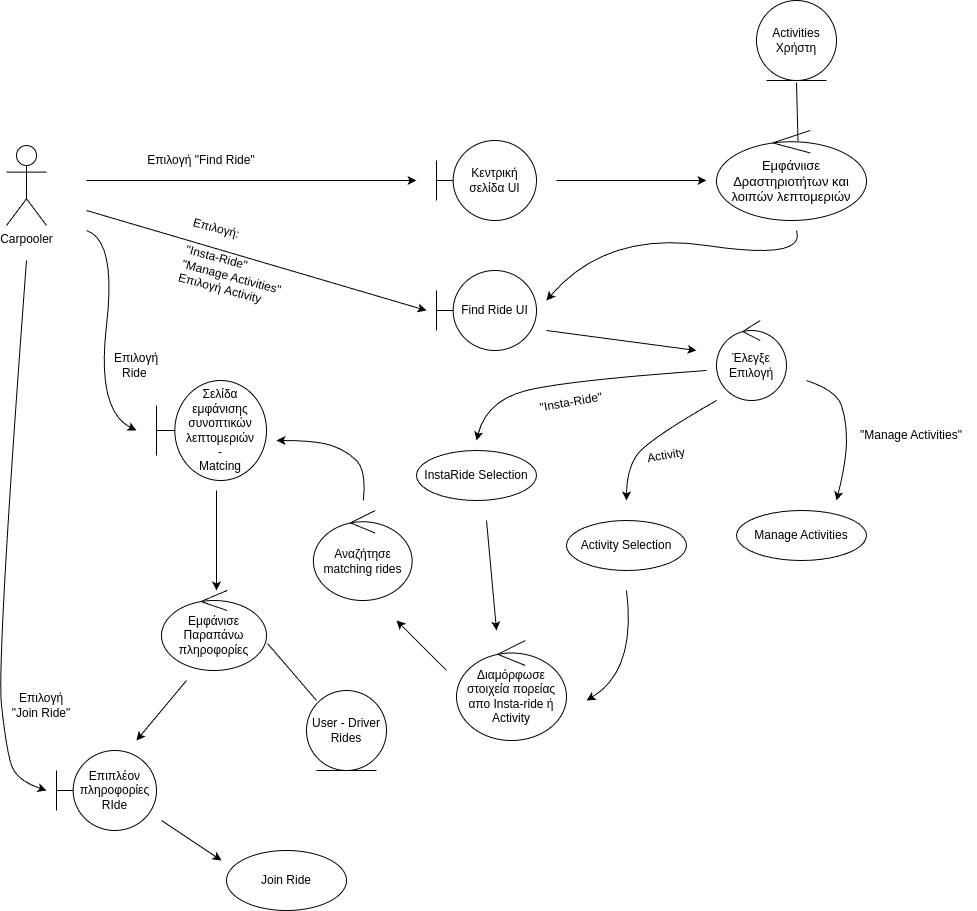
YannisRavasopoulos/ProjectSD_S6 keeps this draw.io diagram as reports/use-cases/find-ride-robustness.drawio.png. Above is the earlier version. Source tidied: cells renumbered, new cells last; positions are measured from the earlier drawing's top-left corner, leaving out a move shared by most shapes. Source of this version:
```xml
<mxGraphModel>
  <root>
    <mxCell id="0" />
    <mxCell id="1" parent="0" />
    <mxCell id="2" value="Carpooler" style="shape=umlActor;verticalLabelPosition=bottom;verticalAlign=top;html=1;" parent="1" vertex="1">
      <mxGeometry x="10" y="145" width="40" height="80" as="geometry" />
    </mxCell>
    <mxCell id="3" value="Κεντρική σελίδα UI" style="shape=umlBoundary;whiteSpace=wrap;html=1;" parent="1" vertex="1">
      <mxGeometry x="440" y="140" width="100" height="80" as="geometry" />
    </mxCell>
    <mxCell id="4" value="Activities Χρήστη" style="ellipse;shape=umlEntity;whiteSpace=wrap;html=1;" parent="1" vertex="1">
      <mxGeometry x="760" width="80" height="80" as="geometry" />
    </mxCell>
    <mxCell id="5" value="&lt;font style=&quot;font-size: 13px;&quot;&gt;Εμφάνιισε Δραστηριοτήτων και λοιπών λεπτομεριών&lt;/font&gt;" style="ellipse;shape=umlControl;whiteSpace=wrap;html=1;" parent="1" vertex="1">
      <mxGeometry x="720" y="130" width="150" height="90" as="geometry" />
    </mxCell>
    <mxCell id="6" value="Find Ride UI" style="shape=umlBoundary;whiteSpace=wrap;html=1;" parent="1" vertex="1">
      <mxGeometry x="440" y="270" width="100" height="80" as="geometry" />
    </mxCell>
    <mxCell id="7" style="endArrow=classic;html=1;rounded=0;" parent="1" edge="1">
      <mxGeometry relative="1" as="geometry">
        <mxPoint x="90" y="180" as="sourcePoint" />
        <mxPoint x="420" y="180" as="targetPoint" />
      </mxGeometry>
    </mxCell>
    <mxCell id="8" style="endArrow=classic;html=1;rounded=0;curved=1;" parent="1" edge="1">
      <mxGeometry relative="1" as="geometry">
        <mxPoint x="800" y="230" as="sourcePoint" />
        <mxPoint x="550" y="300" as="targetPoint" />
        <Array as="points">
          <mxPoint x="810" y="260" />
          <mxPoint x="610" y="230" />
        </Array>
      </mxGeometry>
    </mxCell>
    <mxCell id="9" style="endArrow=none;html=1;rounded=0;exitX=0.55;exitY=0.106;exitDx=0;exitDy=0;exitPerimeter=0;entryX=0.5;entryY=1;entryDx=0;entryDy=0;" parent="1" edge="1">
      <mxGeometry relative="1" as="geometry">
        <mxPoint x="801.5" y="140.5" as="sourcePoint" />
        <mxPoint x="800" y="82" as="targetPoint" />
      </mxGeometry>
    </mxCell>
    <mxCell id="10" value="Επιλογή &quot;Find Ride&quot;" style="text;html=1;align=center;verticalAlign=middle;whiteSpace=wrap;rounded=0;" parent="1" vertex="1">
      <mxGeometry x="150" y="145" width="110" height="30" as="geometry" />
    </mxCell>
    <mxCell id="11" style="endArrow=classic;html=1;rounded=0;" parent="1" edge="1">
      <mxGeometry relative="1" as="geometry">
        <mxPoint x="560" y="180" as="sourcePoint" />
        <mxPoint x="710" y="180" as="targetPoint" />
      </mxGeometry>
    </mxCell>
    <mxCell id="12" style="endArrow=classic;html=1;rounded=0;" parent="1" edge="1">
      <mxGeometry relative="1" as="geometry">
        <mxPoint x="90" y="210" as="sourcePoint" />
        <mxPoint x="430" y="310" as="targetPoint" />
      </mxGeometry>
    </mxCell>
    <mxCell id="13" value="Επιλογή:&lt;div&gt;&lt;br&gt;&quot;Insta-Ride&quot;&lt;br&gt;&quot;Manage Activities&quot;&lt;br&gt;Επιλογή Activity&lt;/div&gt;" style="text;html=1;align=left;verticalAlign=middle;whiteSpace=wrap;rounded=0;rotation=15;" parent="1" vertex="1">
      <mxGeometry x="185" y="230" width="162.5" height="80" as="geometry" />
    </mxCell>
    <mxCell id="14" value="Έλεγξε Επιλογή" style="ellipse;shape=umlControl;whiteSpace=wrap;html=1;" parent="1" vertex="1">
      <mxGeometry x="720" y="320" width="70" height="80" as="geometry" />
    </mxCell>
    <mxCell id="15" style="endArrow=classic;html=1;rounded=0;" parent="1" edge="1">
      <mxGeometry relative="1" as="geometry">
        <mxPoint x="550" y="330" as="sourcePoint" />
        <mxPoint x="700" y="350" as="targetPoint" />
      </mxGeometry>
    </mxCell>
    <mxCell id="16" style="endArrow=classic;html=1;rounded=0;curved=1;" parent="1" edge="1">
      <mxGeometry relative="1" as="geometry">
        <mxPoint x="710" y="370" as="sourcePoint" />
        <mxPoint x="480" y="440" as="targetPoint" />
        <Array as="points">
          <mxPoint x="570" y="380" />
          <mxPoint x="490" y="400" />
        </Array>
      </mxGeometry>
    </mxCell>
    <mxCell id="17" value="&quot;Insta-Ride&quot;" style="text;html=1;align=center;verticalAlign=middle;whiteSpace=wrap;rounded=0;rotation=-10;" parent="1" vertex="1">
      <mxGeometry x="529.8" y="387.4" width="90" height="30" as="geometry" />
    </mxCell>
    <mxCell id="18" value="&quot;Manage Activities&quot;" style="text;html=1;align=center;verticalAlign=middle;whiteSpace=wrap;rounded=0;rotation=0;" parent="1" vertex="1">
      <mxGeometry x="850" y="420" width="130" height="30" as="geometry" />
    </mxCell>
    <mxCell id="19" value="Manage Activities" style="ellipse;whiteSpace=wrap;html=1;" parent="1" vertex="1">
      <mxGeometry x="740" y="510" width="130" height="50" as="geometry" />
    </mxCell>
    <mxCell id="20" value="InstaRide Selection" style="ellipse;whiteSpace=wrap;html=1;" parent="1" vertex="1">
      <mxGeometry x="420" y="450" width="120" height="50" as="geometry" />
    </mxCell>
    <mxCell id="21" style="endArrow=classic;html=1;rounded=0;curved=1;" parent="1" edge="1">
      <mxGeometry relative="1" as="geometry">
        <mxPoint x="720" y="400" as="sourcePoint" />
        <mxPoint x="630" y="500" as="targetPoint" />
        <Array as="points">
          <mxPoint x="650" y="440" />
          <mxPoint x="630" y="470" />
        </Array>
      </mxGeometry>
    </mxCell>
    <mxCell id="22" value="Activity Selection" style="ellipse;whiteSpace=wrap;html=1;" parent="1" vertex="1">
      <mxGeometry x="570" y="520" width="120" height="50" as="geometry" />
    </mxCell>
    <mxCell id="23" style="endArrow=classic;html=1;rounded=0;" parent="1" edge="1">
      <mxGeometry relative="1" as="geometry">
        <mxPoint x="490" y="520" as="sourcePoint" />
        <mxPoint x="500" y="630" as="targetPoint" />
      </mxGeometry>
    </mxCell>
    <mxCell id="24" style="endArrow=classic;html=1;rounded=0;curved=1;" parent="1" edge="1">
      <mxGeometry relative="1" as="geometry">
        <mxPoint x="630" y="590" as="sourcePoint" />
        <mxPoint x="590" y="700" as="targetPoint" />
        <Array as="points">
          <mxPoint x="640" y="670" />
        </Array>
      </mxGeometry>
    </mxCell>
    <mxCell id="25" value="Διαμόρφωσε στοιχεία πορείας απο Insta-ride ή Activity" style="ellipse;shape=umlControl;whiteSpace=wrap;html=1;" parent="1" vertex="1">
      <mxGeometry x="460" y="640" width="110" height="100" as="geometry" />
    </mxCell>
    <mxCell id="26" style="endArrow=classic;html=1;rounded=0;" parent="1" edge="1">
      <mxGeometry relative="1" as="geometry">
        <mxPoint x="450" y="670" as="sourcePoint" />
        <mxPoint x="400" y="620" as="targetPoint" />
      </mxGeometry>
    </mxCell>
    <mxCell id="27" style="endArrow=classic;html=1;rounded=0;curved=1;" parent="1" edge="1">
      <mxGeometry relative="1" as="geometry">
        <mxPoint x="810" y="380" as="sourcePoint" />
        <mxPoint x="840" y="500" as="targetPoint" />
        <Array as="points">
          <mxPoint x="840" y="390" />
          <mxPoint x="850" y="420" />
          <mxPoint x="850" y="460" />
        </Array>
      </mxGeometry>
    </mxCell>
    <mxCell id="28" value="Αναζήτησε matching rides" style="ellipse;shape=umlControl;whiteSpace=wrap;html=1;" parent="1" vertex="1">
      <mxGeometry x="316.9" y="510" width="98.8" height="90" as="geometry" />
    </mxCell>
    <mxCell id="29" style="endArrow=classic;html=1;rounded=0;curved=1;" parent="1" edge="1">
      <mxGeometry relative="1" as="geometry">
        <mxPoint x="366.9" y="500" as="sourcePoint" />
        <mxPoint x="280" y="440" as="targetPoint" />
        <Array as="points">
          <mxPoint x="370" y="470" />
          <mxPoint x="350" y="450" />
          <mxPoint x="320" y="440" />
        </Array>
      </mxGeometry>
    </mxCell>
    <mxCell id="30" value="Σελίδα εμφάνισης συνοπτικών λεπτομεριών&lt;br&gt;-&lt;br&gt;Matcing" style="shape=umlBoundary;whiteSpace=wrap;html=1;" parent="1" vertex="1">
      <mxGeometry x="160" y="380" width="110" height="100" as="geometry" />
    </mxCell>
    <mxCell id="31" style="endArrow=classic;html=1;rounded=0;curved=1;" parent="1" edge="1">
      <mxGeometry relative="1" as="geometry">
        <mxPoint x="90" y="230" as="sourcePoint" />
        <mxPoint x="140" y="430" as="targetPoint" />
        <Array as="points">
          <mxPoint x="120" y="240" />
          <mxPoint x="100" y="410" />
        </Array>
      </mxGeometry>
    </mxCell>
    <mxCell id="32" value="Επιλογή Ride&amp;nbsp;" style="text;html=1;align=center;verticalAlign=middle;whiteSpace=wrap;rounded=0;" parent="1" vertex="1">
      <mxGeometry x="110" y="350" width="60" height="30" as="geometry" />
    </mxCell>
    <mxCell id="33" style="endArrow=classic;html=1;rounded=0;" parent="1" edge="1">
      <mxGeometry relative="1" as="geometry">
        <mxPoint x="220" y="490" as="sourcePoint" />
        <mxPoint x="220" y="590" as="targetPoint" />
      </mxGeometry>
    </mxCell>
    <mxCell id="34" value="Activity" style="text;html=1;align=center;verticalAlign=middle;whiteSpace=wrap;rounded=0;rotation=-10;" parent="1" vertex="1">
      <mxGeometry x="640" y="440" width="60" height="30" as="geometry" />
    </mxCell>
    <mxCell id="35" value="Εμφάνισε Παραπάνω πληροφορίες" style="ellipse;shape=umlControl;whiteSpace=wrap;html=1;" parent="1" vertex="1">
      <mxGeometry x="165" y="590" width="105" height="80" as="geometry" />
    </mxCell>
    <mxCell id="36" style="endArrow=classic;html=1;rounded=0;" parent="1" edge="1">
      <mxGeometry relative="1" as="geometry">
        <mxPoint x="190" y="680" as="sourcePoint" />
        <mxPoint x="140" y="740" as="targetPoint" />
      </mxGeometry>
    </mxCell>
    <mxCell id="37" value="Επιπλέον πληροφορίες RIde" style="shape=umlBoundary;whiteSpace=wrap;html=1;" parent="1" vertex="1">
      <mxGeometry x="60" y="750" width="100" height="80" as="geometry" />
    </mxCell>
    <mxCell id="38" style="endArrow=classic;html=1;rounded=0;curved=1;" parent="1" edge="1">
      <mxGeometry relative="1" as="geometry">
        <mxPoint x="30" y="260" as="sourcePoint" />
        <mxPoint x="50" y="790" as="targetPoint" />
        <Array as="points">
          <mxPoint y="660" />
          <mxPoint x="10" y="750" />
          <mxPoint x="20" y="780" />
        </Array>
      </mxGeometry>
    </mxCell>
    <mxCell id="39" value="Επιλογή &quot;Join Ride&quot;" style="text;html=1;align=center;verticalAlign=middle;whiteSpace=wrap;rounded=0;" parent="1" vertex="1">
      <mxGeometry x="10" y="690" width="70" height="30" as="geometry" />
    </mxCell>
    <mxCell id="40" style="endArrow=classic;html=1;rounded=0;" parent="1" edge="1">
      <mxGeometry relative="1" as="geometry">
        <mxPoint x="165" y="820" as="sourcePoint" />
        <mxPoint x="225" y="860" as="targetPoint" />
      </mxGeometry>
    </mxCell>
    <mxCell id="41" value="Join Ride" style="ellipse;whiteSpace=wrap;html=1;" parent="1" vertex="1">
      <mxGeometry x="230" y="850" width="120" height="60" as="geometry" />
    </mxCell>
    <mxCell id="42" style="endArrow=none;html=1;rounded=0;exitX=1.01;exitY=0.663;exitDx=0;exitDy=0;exitPerimeter=0;" parent="1" edge="1" source="35">
      <mxGeometry relative="1" as="geometry">
        <mxPoint x="320" y="700" as="targetPoint" />
      </mxGeometry>
    </mxCell>
    <mxCell id="43" value="User - Driver&lt;br&gt;Rides" style="ellipse;shape=umlEntity;whiteSpace=wrap;html=1;" parent="1" vertex="1">
      <mxGeometry x="310" y="690" width="80" height="80" as="geometry" />
    </mxCell>
  </root>
</mxGraphModel>
```
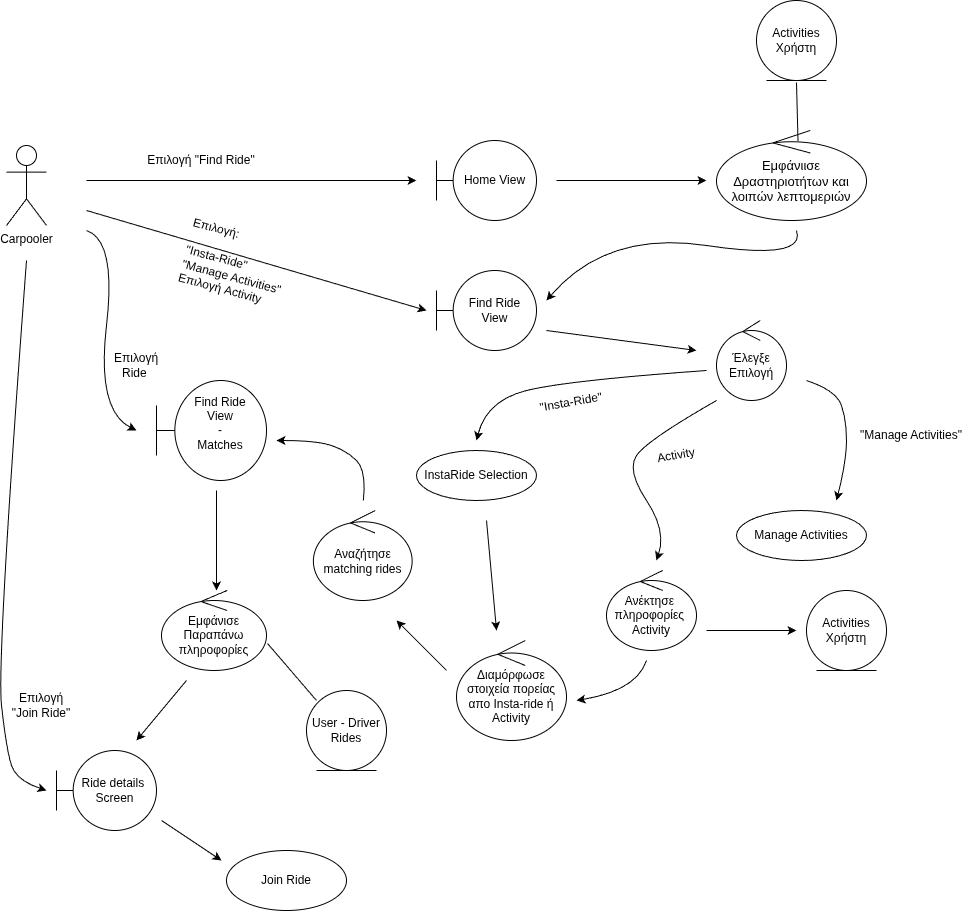
After the commit.

Commit message:
Fixed robustness for FindRide to match sequence after refinement

The edit, as a diff of the source:
```diff
@@ -5,7 +5,7 @@
     <mxCell id="2" value="Carpooler" style="shape=umlActor;verticalLabelPosition=bottom;verticalAlign=top;html=1;" parent="1" vertex="1">
       <mxGeometry x="10" y="145" width="40" height="80" as="geometry" />
     </mxCell>
-    <mxCell id="3" value="Κεντρική σελίδα UI" style="shape=umlBoundary;whiteSpace=wrap;html=1;" parent="1" vertex="1">
+    <mxCell id="3" value="Home View" style="shape=umlBoundary;whiteSpace=wrap;html=1;" parent="1" vertex="1">
       <mxGeometry x="440" y="140" width="100" height="80" as="geometry" />
     </mxCell>
     <mxCell id="4" value="Activities Χρήστη" style="ellipse;shape=umlEntity;whiteSpace=wrap;html=1;" parent="1" vertex="1">
@@ -14,7 +14,7 @@
     <mxCell id="5" value="&lt;font style=&quot;font-size: 13px;&quot;&gt;Εμφάνιισε Δραστηριοτήτων και λοιπών λεπτομεριών&lt;/font&gt;" style="ellipse;shape=umlControl;whiteSpace=wrap;html=1;" parent="1" vertex="1">
       <mxGeometry x="720" y="130" width="150" height="90" as="geometry" />
     </mxCell>
-    <mxCell id="6" value="Find Ride UI" style="shape=umlBoundary;whiteSpace=wrap;html=1;" parent="1" vertex="1">
+    <mxCell id="6" value="Find Ride &lt;br&gt;View" style="shape=umlBoundary;whiteSpace=wrap;html=1;" parent="1" vertex="1">
       <mxGeometry x="440" y="270" width="100" height="80" as="geometry" />
     </mxCell>
     <mxCell id="7" style="endArrow=classic;html=1;rounded=0;" parent="1" edge="1">
@@ -91,31 +91,20 @@
     <mxCell id="21" style="endArrow=classic;html=1;rounded=0;curved=1;" parent="1" edge="1">
       <mxGeometry relative="1" as="geometry">
         <mxPoint x="720" y="400" as="sourcePoint" />
-        <mxPoint x="630" y="500" as="targetPoint" />
+        <mxPoint x="660" y="560" as="targetPoint" />
         <Array as="points">
           <mxPoint x="650" y="440" />
           <mxPoint x="630" y="470" />
+          <mxPoint x="670" y="530" />
         </Array>
       </mxGeometry>
     </mxCell>
-    <mxCell id="22" value="Activity Selection" style="ellipse;whiteSpace=wrap;html=1;" parent="1" vertex="1">
-      <mxGeometry x="570" y="520" width="120" height="50" as="geometry" />
-    </mxCell>
     <mxCell id="23" style="endArrow=classic;html=1;rounded=0;" parent="1" edge="1">
       <mxGeometry relative="1" as="geometry">
         <mxPoint x="490" y="520" as="sourcePoint" />
         <mxPoint x="500" y="630" as="targetPoint" />
       </mxGeometry>
     </mxCell>
-    <mxCell id="24" style="endArrow=classic;html=1;rounded=0;curved=1;" parent="1" edge="1">
-      <mxGeometry relative="1" as="geometry">
-        <mxPoint x="630" y="590" as="sourcePoint" />
-        <mxPoint x="590" y="700" as="targetPoint" />
-        <Array as="points">
-          <mxPoint x="640" y="670" />
-        </Array>
-      </mxGeometry>
-    </mxCell>
     <mxCell id="25" value="Διαμόρφωσε στοιχεία πορείας απο Insta-ride ή Activity" style="ellipse;shape=umlControl;whiteSpace=wrap;html=1;" parent="1" vertex="1">
       <mxGeometry x="460" y="640" width="110" height="100" as="geometry" />
     </mxCell>
@@ -150,7 +139,7 @@
         </Array>
       </mxGeometry>
     </mxCell>
-    <mxCell id="30" value="Σελίδα εμφάνισης συνοπτικών λεπτομεριών&lt;br&gt;-&lt;br&gt;Matcing" style="shape=umlBoundary;whiteSpace=wrap;html=1;" parent="1" vertex="1">
+    <mxCell id="30" value="Find Ride &lt;br&gt;View&lt;br&gt;-&lt;br&gt;Matches &lt;div&gt;&lt;br/&gt;&lt;/div&gt;" style="shape=umlBoundary;whiteSpace=wrap;html=1;" parent="1" vertex="1">
       <mxGeometry x="160" y="380" width="110" height="100" as="geometry" />
     </mxCell>
     <mxCell id="31" style="endArrow=classic;html=1;rounded=0;curved=1;" parent="1" edge="1">
@@ -173,7 +162,7 @@
       </mxGeometry>
     </mxCell>
     <mxCell id="34" value="Activity" style="text;html=1;align=center;verticalAlign=middle;whiteSpace=wrap;rounded=0;rotation=-10;" parent="1" vertex="1">
-      <mxGeometry x="640" y="440" width="60" height="30" as="geometry" />
+      <mxGeometry x="650" y="440" width="60" height="30" as="geometry" />
     </mxCell>
     <mxCell id="35" value="Εμφάνισε Παραπάνω πληροφορίες" style="ellipse;shape=umlControl;whiteSpace=wrap;html=1;" parent="1" vertex="1">
       <mxGeometry x="165" y="590" width="105" height="80" as="geometry" />
@@ -184,7 +173,7 @@
         <mxPoint x="140" y="740" as="targetPoint" />
       </mxGeometry>
     </mxCell>
-    <mxCell id="37" value="Επιπλέον πληροφορίες RIde" style="shape=umlBoundary;whiteSpace=wrap;html=1;" parent="1" vertex="1">
+    <mxCell id="37" value="Ride details&amp;nbsp;&lt;div&gt;Screen&lt;/div&gt;" style="shape=umlBoundary;whiteSpace=wrap;html=1;" parent="1" vertex="1">
       <mxGeometry x="60" y="750" width="100" height="80" as="geometry" />
     </mxCell>
     <mxCell id="38" style="endArrow=classic;html=1;rounded=0;curved=1;" parent="1" edge="1">
@@ -218,5 +207,26 @@
     <mxCell id="43" value="User - Driver&lt;br&gt;Rides" style="ellipse;shape=umlEntity;whiteSpace=wrap;html=1;" parent="1" vertex="1">
       <mxGeometry x="310" y="690" width="80" height="80" as="geometry" />
     </mxCell>
+    <mxCell id="44" value="Ανέκτησε&amp;nbsp;&lt;br&gt;πληροφορίες&amp;nbsp;&lt;br&gt;Activity" style="ellipse;shape=umlControl;whiteSpace=wrap;html=1;" parent="1" vertex="1">
+      <mxGeometry x="610" y="570" width="90" height="80" as="geometry" />
+    </mxCell>
+    <mxCell id="45" style="endArrow=classic;html=1;rounded=0;" parent="1" edge="1">
+      <mxGeometry relative="1" as="geometry">
+        <mxPoint x="710" y="630" as="sourcePoint" />
+        <mxPoint x="800" y="630" as="targetPoint" />
+      </mxGeometry>
+    </mxCell>
+    <mxCell id="46" value="Activities Χρήστη" style="ellipse;shape=umlEntity;whiteSpace=wrap;html=1;" parent="1" vertex="1">
+      <mxGeometry x="810" y="590" width="80" height="80" as="geometry" />
+    </mxCell>
+    <mxCell id="47" style="endArrow=classic;html=1;rounded=0;curved=1;" parent="1" edge="1">
+      <mxGeometry relative="1" as="geometry">
+        <mxPoint x="650" y="660" as="sourcePoint" />
+        <mxPoint x="580" y="700" as="targetPoint" />
+        <Array as="points">
+          <mxPoint x="640" y="690" />
+        </Array>
+      </mxGeometry>
+    </mxCell>
   </root>
 </mxGraphModel>
```
